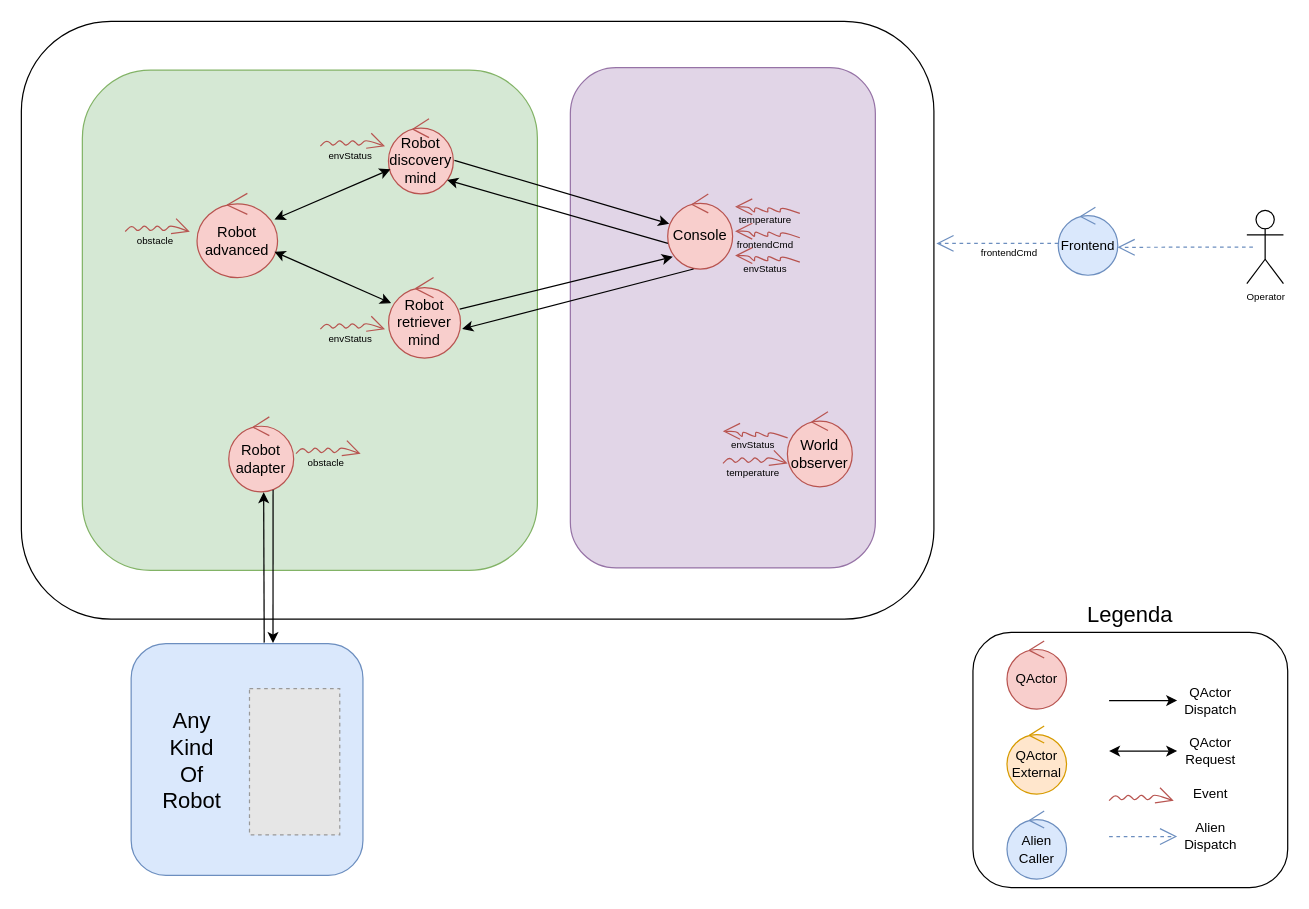
Above: summary/res/src/analysis.drawio in NiccoMlt/ISS-2018-Final-Task (draw.io), before the change. Source tidied: cells renumbered, new cells numbered last; positions are measured from the earlier drawing's top-left corner, leaving out a move shared by most shapes. Both pictures are drawn from the tidied source at 122%, with x=0, y=0 at pixel (21, 21). Pictures stored in the file or linked from it are replaced by grey dashed boxes.
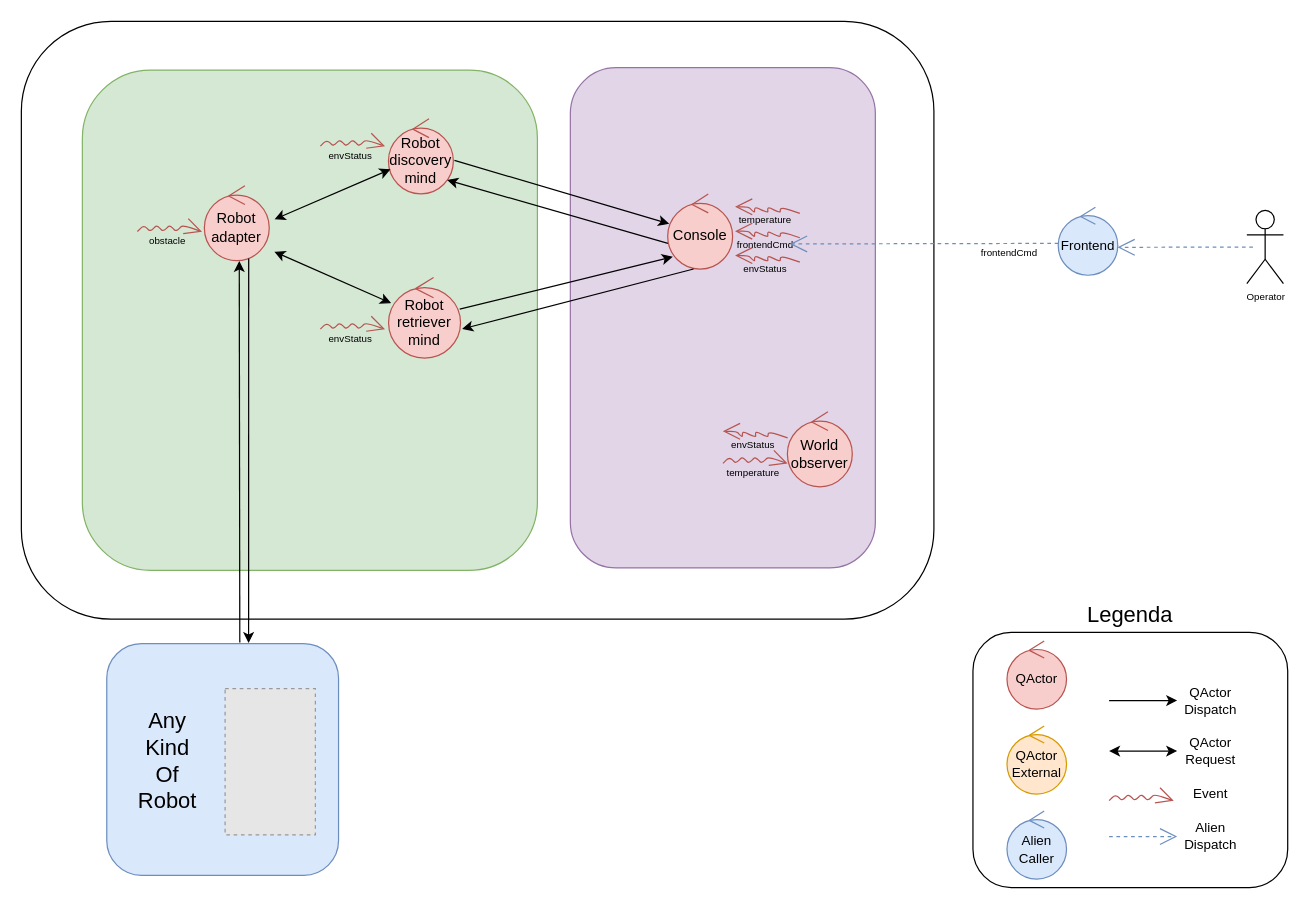
After the change.

The change refers to these unchanged cells:
```xml
<mxCell id="6" value="&lt;div&gt;Robot&lt;/div&gt;&lt;div&gt;discovery&lt;/div&gt;&lt;div&gt;mind&lt;br&gt;&lt;/div&gt;" style="ellipse;shape=umlControl;whiteSpace=wrap;html=1;fillColor=#f8cecc;strokeColor=#b85450;" parent="1" vertex="1">
  <mxGeometry x="300.9" y="79.9" width="53.2" height="61.5" as="geometry" />
</mxCell>
<mxCell id="7" value="&lt;div&gt;Robot&lt;/div&gt;&lt;div&gt;retriever&lt;/div&gt;&lt;div&gt;mind&lt;br&gt;&lt;/div&gt;" style="ellipse;shape=umlControl;whiteSpace=wrap;html=1;fillColor=#f8cecc;strokeColor=#b85450;" parent="1" vertex="1">
  <mxGeometry x="301" y="210" width="59" height="66" as="geometry" />
</mxCell>
<mxCell id="44" value="frontendCmd" style="text;html=1;strokeColor=none;fillColor=none;align=center;verticalAlign=middle;whiteSpace=wrap;rounded=0;fontSize=8;" parent="42" vertex="1">
  <mxGeometry y="0.5" width="40" height="20" as="geometry" />
</mxCell>
```

Diff of the diagram source:
```diff
@@
-    <mxCell id="5" value="&lt;div&gt;Robot&lt;/div&gt;&lt;div&gt;advanced&lt;/div&gt;" style="ellipse;shape=umlControl;whiteSpace=wrap;html=1;fillColor=#f8cecc;strokeColor=#b85450;" parent="1" vertex="1">
-      <mxGeometry x="144" y="141" width="66" height="69" as="geometry" />
-    </mxCell>
@@
     <mxCell id="14" style="group;" parent="1" vertex="1">
-      <mxGeometry x="90" y="510" width="190" height="190" as="geometry" />
+      <mxGeometry x="70" y="510" width="190" height="190" as="geometry" />
     </mxCell>
@@
-    <mxCell id="35" style="endArrow=classic;startArrow=classic;html=1;fontSize=11;" parent="1" edge="1" source="5" target="6">
-      <mxGeometry relative="1" as="geometry" />
+    <mxCell id="35" style="endArrow=classic;startArrow=classic;html=1;fontSize=11;" parent="1" edge="1" target="6">
+      <mxGeometry relative="1" as="geometry">
+        <mxPoint x="207.5" y="162.3" as="sourcePoint" />
+      </mxGeometry>
     </mxCell>
-    <mxCell id="36" style="endArrow=classic;startArrow=classic;html=1;fontSize=11;" parent="1" edge="1" source="7" target="5">
-      <mxGeometry relative="1" as="geometry" />
+    <mxCell id="36" style="endArrow=classic;startArrow=classic;html=1;fontSize=11;" parent="1" edge="1" source="7">
+      <mxGeometry relative="1" as="geometry">
+        <mxPoint x="207.4" y="188.8" as="targetPoint" />
+      </mxGeometry>
     </mxCell>
     <mxCell id="37" style="group;" parent="1" vertex="1">
-      <mxGeometry x="170" y="324.2" width="53.2" height="65" as="geometry" />
+      <mxGeometry x="150" y="134.7" width="53.2" height="65" as="geometry" />
     </mxCell>
@@
     <mxCell id="63" style="group;" parent="1" vertex="1">
-      <mxGeometry x="90" y="150" width="40" height="40" as="geometry" />
+      <mxGeometry x="100" y="150" width="40" height="40" as="geometry" />
     </mxCell>
@@
-    <mxCell id="67" style="group;" parent="1" vertex="1">
-      <mxGeometry x="230" y="332" width="40" height="40" as="geometry" />
-    </mxCell>
-    <mxCell id="68" style="group;" parent="67" vertex="1">
-      <mxGeometry width="40" height="22.3" as="geometry" />
-    </mxCell>
-    <mxCell id="69" style="endArrow=open;endFill=1;endSize=12;html=1;fillColor=#f8cecc;strokeColor=#b85450;fontSize=11;" parent="68" edge="1">
-      <mxGeometry relative="1" as="geometry">
-        <mxPoint x="-4.9" y="22.3" as="sourcePoint" />
-        <mxPoint x="48.1" y="22.4" as="targetPoint" />
-        <Array as="points">
-          <mxPoint x="0.4" y="17" />
-          <mxPoint x="5.7" y="22.3" />
-          <mxPoint x="11" y="17" />
-          <mxPoint x="16.3" y="22.3" />
-          <mxPoint x="21.6" y="17" />
-          <mxPoint x="26.9" y="22.3" />
-          <mxPoint x="32.2" y="17" />
-        </Array>
-      </mxGeometry>
-    </mxCell>
-    <mxCell id="70" value="obstacle" style="text;html=1;strokeColor=none;fillColor=none;align=center;verticalAlign=middle;whiteSpace=wrap;rounded=0;fontSize=8;" parent="67" vertex="1">
-      <mxGeometry y="20" width="40" height="20" as="geometry" />
-    </mxCell>
@@
-    <mxCell id="75" style="endArrow=open;endSize=12;dashed=1;html=1;fontSize=11;fillColor=#dae8fc;strokeColor=#6c8ebf;" parent="1" edge="1">
+    <mxCell id="75" style="endArrow=open;endSize=12;dashed=1;html=1;fontSize=11;fillColor=#dae8fc;strokeColor=#6c8ebf;" parent="1" edge="1" target="44">
       <mxGeometry relative="1" as="geometry">
         <mxPoint x="850" y="182" as="sourcePoint" />
-        <mxPoint x="750" y="182" as="targetPoint" />
       </mxGeometry>
     </mxCell>
```
